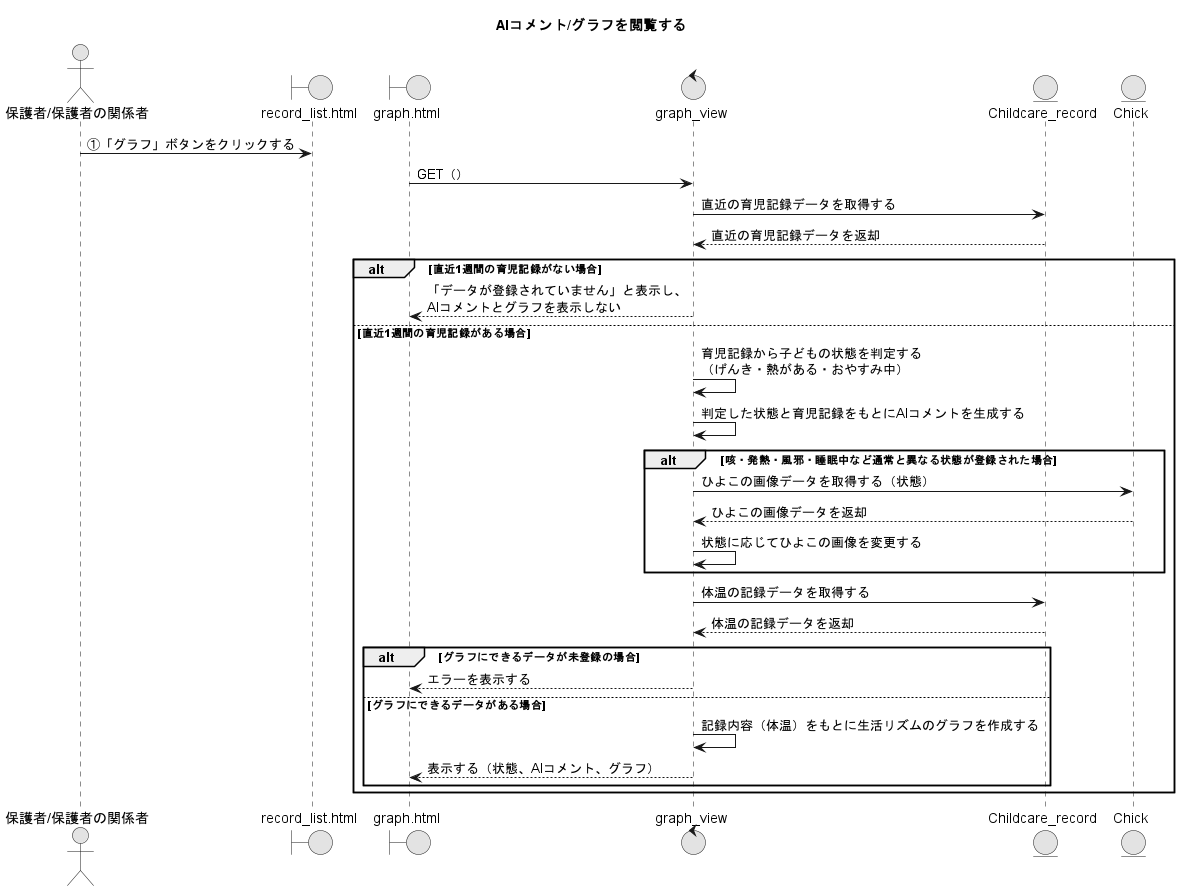
The PlantUML diagram PNG/07_AIコメント・グラフを閲覧する.png in Ma2naga190330/26_sotugyou_puml, before a commit.
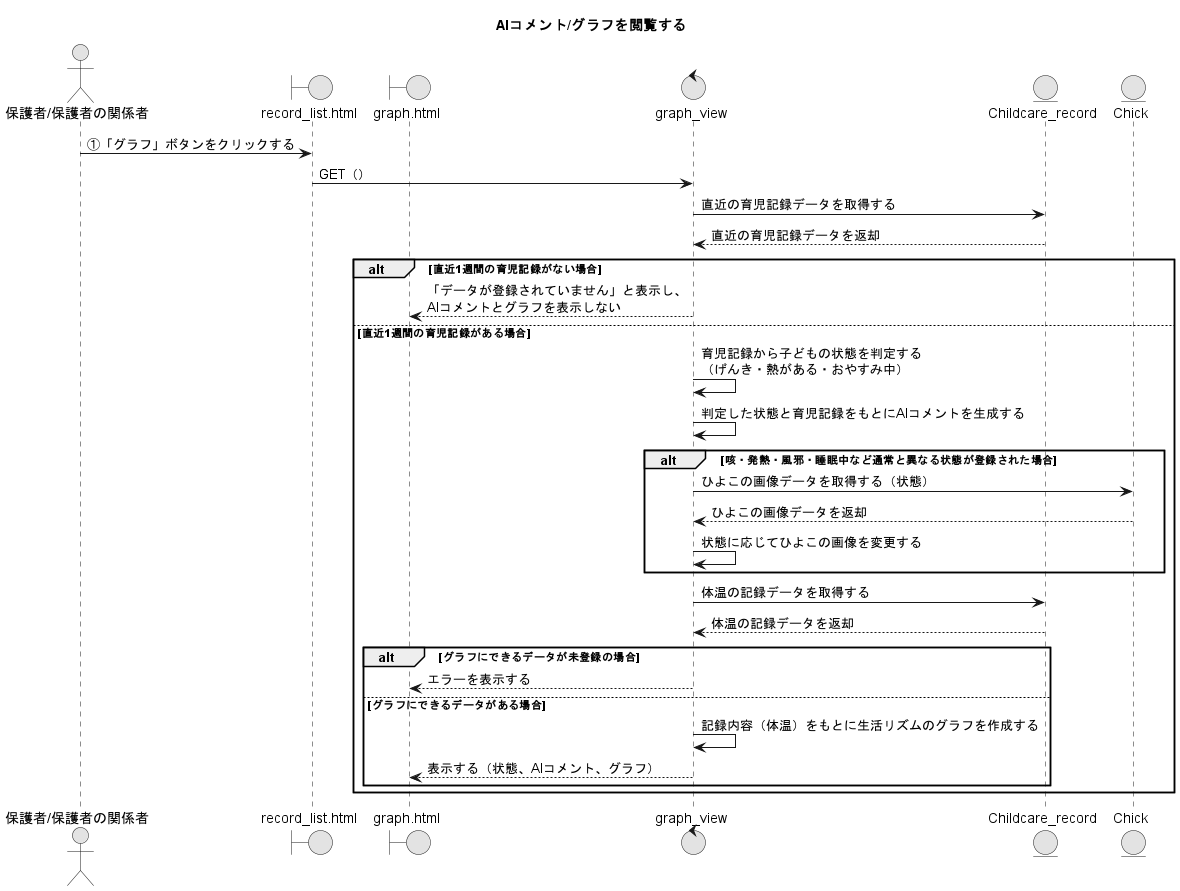
The same file after the commit.

The edit, as a diff of the source:
```diff
@@ -11,7 +11,7 @@
 entity "Chick" as CHM
 
 A -> RLP : ①「グラフ」ボタンをクリックする
-GP -> GV : GET（）
+RLP -> GV : GET（）
 GV -> CRM : 直近の育児記録データを取得する
 GV <-- CRM : 直近の育児記録データを返却
 
```
